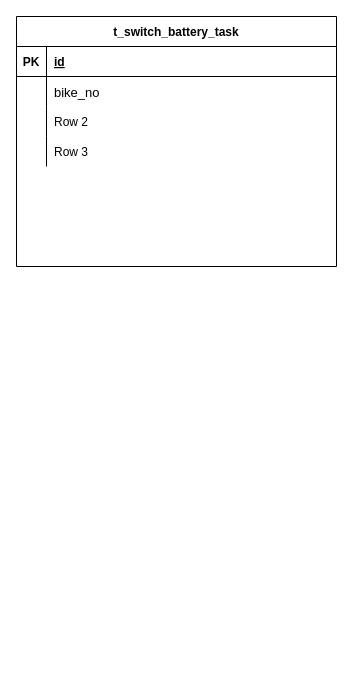
The draw.io diagram Untitled Diagram.drawio in cccqqf/SpringLearning, before the edit. Source tidied: cells renumbered, new cells numbered last; positions are measured from the earlier drawing's top-left corner, leaving out a move shared by most shapes. Both pictures are drawn from the tidied source at 100%, with x=0, y=0 at pixel (16, 16).
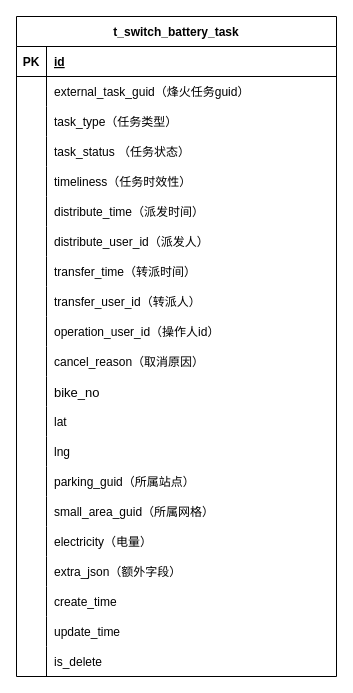
The same diagram, later.

Unchanged cells that the change refers to:
```xml
<mxCell id="9" style="shape=partialRectangle;fillColor=none;top=0;left=0;bottom=0;right=0;" parent="2" vertex="1">
  <mxGeometry y="90" width="320" height="30" as="geometry" />
</mxCell>
<mxCell id="12" style="shape=partialRectangle;fillColor=none;top=0;left=0;bottom=0;right=0;" parent="2" vertex="1">
  <mxGeometry y="120" width="320" height="30" as="geometry" />
</mxCell>
```

Diff of the diagram source:
```diff
@@
     <mxCell id="2" value="t_switch_battery_task" style="shape=table;startSize=30;childLayout=tableLayout;rowLines=0;fontStyle=1;align=center;" parent="1" vertex="1">
-      <mxGeometry width="320" height="250" as="geometry" />
+      <mxGeometry width="320" height="660" as="geometry" />
     </mxCell>
@@
-    <mxCell id="6" style="shape=partialRectangle;fillColor=none;top=0;left=0;bottom=0;right=0;" parent="2" vertex="1">
-      <mxGeometry y="60" width="320" height="30" as="geometry" />
-    </mxCell>
-    <mxCell id="7" style="shape=partialRectangle;fillColor=none;top=0;left=0;bottom=0;right=0;overflow=hidden;" parent="6" vertex="1">
-      <mxGeometry width="30" height="30" as="geometry" />
-    </mxCell>
-    <mxCell id="8" value="bike_no" style="shape=partialRectangle;fillColor=none;top=0;left=0;bottom=0;right=0;align=left;spacingLeft=6;overflow=hidden;fontSize=13;" parent="6" vertex="1">
-      <mxGeometry x="30" width="290" height="30" as="geometry" />
-    </mxCell>
+    <mxCell id="15" style="shape=partialRectangle;fillColor=none;top=0;left=0;bottom=0;right=0;fontSize=13;" parent="2" vertex="1">
+      <mxGeometry y="60" width="320" height="30" as="geometry" />
+    </mxCell>
+    <mxCell id="16" style="shape=partialRectangle;fillColor=none;top=0;left=0;bottom=0;right=0;overflow=hidden;" parent="15" vertex="1">
+      <mxGeometry width="30" height="30" as="geometry" />
+    </mxCell>
+    <mxCell id="17" value="external_task_guid（烽火任务guid）" style="shape=partialRectangle;fillColor=none;top=0;left=0;bottom=0;right=0;align=left;spacingLeft=6;overflow=hidden;" parent="15" vertex="1">
+      <mxGeometry x="30" width="290" height="30" as="geometry" />
+    </mxCell>
@@
-    <mxCell id="11" value="Row 2" style="shape=partialRectangle;fillColor=none;top=0;left=0;bottom=0;right=0;align=left;spacingLeft=6;overflow=hidden;" parent="9" vertex="1">
+    <mxCell id="11" value="task_type（任务类型）" style="shape=partialRectangle;fillColor=none;top=0;left=0;bottom=0;right=0;align=left;spacingLeft=6;overflow=hidden;" parent="9" vertex="1">
       <mxGeometry x="30" width="290" height="30" as="geometry" />
     </mxCell>
@@
-    <mxCell id="14" value="Row 3" style="shape=partialRectangle;fillColor=none;top=0;left=0;bottom=0;right=0;align=left;spacingLeft=6;overflow=hidden;" parent="12" vertex="1">
+    <mxCell id="14" value="task_status （任务状态）" style="shape=partialRectangle;fillColor=none;top=0;left=0;bottom=0;right=0;align=left;spacingLeft=6;overflow=hidden;" parent="12" vertex="1">
       <mxGeometry x="30" width="290" height="30" as="geometry" />
     </mxCell>
+    <mxCell id="18" style="shape=partialRectangle;fillColor=none;top=0;left=0;bottom=0;right=0;fontSize=13;" parent="2" vertex="1">
+      <mxGeometry y="150" width="320" height="30" as="geometry" />
+    </mxCell>
+    <mxCell id="19" style="shape=partialRectangle;fillColor=none;top=0;left=0;bottom=0;right=0;overflow=hidden;" parent="18" vertex="1">
+      <mxGeometry width="30" height="30" as="geometry" />
+    </mxCell>
+    <mxCell id="20" value="timeliness（任务时效性）" style="shape=partialRectangle;fillColor=none;top=0;left=0;bottom=0;right=0;align=left;spacingLeft=6;overflow=hidden;" parent="18" vertex="1">
+      <mxGeometry x="30" width="290" height="30" as="geometry" />
+    </mxCell>
+    <mxCell id="21" style="shape=partialRectangle;fillColor=none;top=0;left=0;bottom=0;right=0;fontSize=13;" parent="2" vertex="1">
+      <mxGeometry y="180" width="320" height="30" as="geometry" />
+    </mxCell>
+    <mxCell id="22" style="shape=partialRectangle;fillColor=none;top=0;left=0;bottom=0;right=0;overflow=hidden;" parent="21" vertex="1">
+      <mxGeometry width="30" height="30" as="geometry" />
+    </mxCell>
+    <mxCell id="23" value="distribute_time（派发时间）" style="shape=partialRectangle;fillColor=none;top=0;left=0;bottom=0;right=0;align=left;spacingLeft=6;overflow=hidden;" parent="21" vertex="1">
+      <mxGeometry x="30" width="290" height="30" as="geometry" />
+    </mxCell>
+    <mxCell id="24" style="shape=partialRectangle;fillColor=none;top=0;left=0;bottom=0;right=0;fontSize=13;" parent="2" vertex="1">
+      <mxGeometry y="210" width="320" height="30" as="geometry" />
+    </mxCell>
+    <mxCell id="25" style="shape=partialRectangle;fillColor=none;top=0;left=0;bottom=0;right=0;overflow=hidden;" parent="24" vertex="1">
+      <mxGeometry width="30" height="30" as="geometry" />
+    </mxCell>
+    <mxCell id="26" value="distribute_user_id（派发人）" style="shape=partialRectangle;fillColor=none;top=0;left=0;bottom=0;right=0;align=left;spacingLeft=6;overflow=hidden;" parent="24" vertex="1">
+      <mxGeometry x="30" width="290" height="30" as="geometry" />
+    </mxCell>
+    <mxCell id="27" style="shape=partialRectangle;fillColor=none;top=0;left=0;bottom=0;right=0;fontSize=13;" parent="2" vertex="1">
+      <mxGeometry y="240" width="320" height="30" as="geometry" />
+    </mxCell>
+    <mxCell id="28" style="shape=partialRectangle;fillColor=none;top=0;left=0;bottom=0;right=0;overflow=hidden;" parent="27" vertex="1">
+      <mxGeometry width="30" height="30" as="geometry" />
+    </mxCell>
+    <mxCell id="29" value="transfer_time（转派时间）" style="shape=partialRectangle;fillColor=none;top=0;left=0;bottom=0;right=0;align=left;spacingLeft=6;overflow=hidden;" parent="27" vertex="1">
+      <mxGeometry x="30" width="290" height="30" as="geometry" />
+    </mxCell>
+    <mxCell id="30" style="shape=partialRectangle;fillColor=none;top=0;left=0;bottom=0;right=0;fontSize=13;" parent="2" vertex="1">
+      <mxGeometry y="270" width="320" height="30" as="geometry" />
+    </mxCell>
+    <mxCell id="31" style="shape=partialRectangle;fillColor=none;top=0;left=0;bottom=0;right=0;overflow=hidden;" parent="30" vertex="1">
+      <mxGeometry width="30" height="30" as="geometry" />
+    </mxCell>
+    <mxCell id="32" value="transfer_user_id（转派人）" style="shape=partialRectangle;fillColor=none;top=0;left=0;bottom=0;right=0;align=left;spacingLeft=6;overflow=hidden;" parent="30" vertex="1">
+      <mxGeometry x="30" width="290" height="30" as="geometry" />
+    </mxCell>
+    <mxCell id="33" style="shape=partialRectangle;fillColor=none;top=0;left=0;bottom=0;right=0;fontSize=13;" parent="2" vertex="1">
+      <mxGeometry y="300" width="320" height="30" as="geometry" />
+    </mxCell>
+    <mxCell id="34" style="shape=partialRectangle;fillColor=none;top=0;left=0;bottom=0;right=0;overflow=hidden;" parent="33" vertex="1">
+      <mxGeometry width="30" height="30" as="geometry" />
+    </mxCell>
+    <mxCell id="35" value="operation_user_id（操作人id）" style="shape=partialRectangle;fillColor=none;top=0;left=0;bottom=0;right=0;align=left;spacingLeft=6;overflow=hidden;" parent="33" vertex="1">
+      <mxGeometry x="30" width="290" height="30" as="geometry" />
+    </mxCell>
+    <mxCell id="36" style="shape=partialRectangle;fillColor=none;top=0;left=0;bottom=0;right=0;fontSize=13;" parent="2" vertex="1">
+      <mxGeometry y="330" width="320" height="30" as="geometry" />
+    </mxCell>
+    <mxCell id="37" style="shape=partialRectangle;fillColor=none;top=0;left=0;bottom=0;right=0;overflow=hidden;" parent="36" vertex="1">
+      <mxGeometry width="30" height="30" as="geometry" />
+    </mxCell>
+    <mxCell id="38" value="cancel_reason（取消原因）" style="shape=partialRectangle;fillColor=none;top=0;left=0;bottom=0;right=0;align=left;spacingLeft=6;overflow=hidden;" parent="36" vertex="1">
+      <mxGeometry x="30" width="290" height="30" as="geometry" />
+    </mxCell>
+    <mxCell id="6" style="shape=partialRectangle;fillColor=none;top=0;left=0;bottom=0;right=0;" parent="2" vertex="1">
+      <mxGeometry y="360" width="320" height="30" as="geometry" />
+    </mxCell>
+    <mxCell id="7" style="shape=partialRectangle;fillColor=none;top=0;left=0;bottom=0;right=0;overflow=hidden;" parent="6" vertex="1">
+      <mxGeometry width="30" height="30" as="geometry" />
+    </mxCell>
+    <mxCell id="8" value="bike_no" style="shape=partialRectangle;fillColor=none;top=0;left=0;bottom=0;right=0;align=left;spacingLeft=6;overflow=hidden;fontSize=13;" parent="6" vertex="1">
+      <mxGeometry x="30" width="290" height="30" as="geometry" />
+    </mxCell>
+    <mxCell id="39" style="shape=partialRectangle;fillColor=none;top=0;left=0;bottom=0;right=0;fontSize=13;" parent="2" vertex="1">
+      <mxGeometry y="390" width="320" height="30" as="geometry" />
+    </mxCell>
+    <mxCell id="40" style="shape=partialRectangle;fillColor=none;top=0;left=0;bottom=0;right=0;overflow=hidden;" parent="39" vertex="1">
+      <mxGeometry width="30" height="30" as="geometry" />
+    </mxCell>
+    <mxCell id="41" value="lat" style="shape=partialRectangle;fillColor=none;top=0;left=0;bottom=0;right=0;align=left;spacingLeft=6;overflow=hidden;" parent="39" vertex="1">
+      <mxGeometry x="30" width="290" height="30" as="geometry" />
+    </mxCell>
+    <mxCell id="42" style="shape=partialRectangle;fillColor=none;top=0;left=0;bottom=0;right=0;fontSize=13;" parent="2" vertex="1">
+      <mxGeometry y="420" width="320" height="30" as="geometry" />
+    </mxCell>
+    <mxCell id="43" style="shape=partialRectangle;fillColor=none;top=0;left=0;bottom=0;right=0;overflow=hidden;" parent="42" vertex="1">
+      <mxGeometry width="30" height="30" as="geometry" />
+    </mxCell>
+    <mxCell id="44" value="lng" style="shape=partialRectangle;fillColor=none;top=0;left=0;bottom=0;right=0;align=left;spacingLeft=6;overflow=hidden;" parent="42" vertex="1">
+      <mxGeometry x="30" width="290" height="30" as="geometry" />
+    </mxCell>
+    <mxCell id="45" style="shape=partialRectangle;fillColor=none;top=0;left=0;bottom=0;right=0;fontSize=13;" parent="2" vertex="1">
+      <mxGeometry y="450" width="320" height="30" as="geometry" />
+    </mxCell>
+    <mxCell id="46" style="shape=partialRectangle;fillColor=none;top=0;left=0;bottom=0;right=0;overflow=hidden;" parent="45" vertex="1">
+      <mxGeometry width="30" height="30" as="geometry" />
+    </mxCell>
+    <mxCell id="47" value="parking_guid（所属站点）" style="shape=partialRectangle;fillColor=none;top=0;left=0;bottom=0;right=0;align=left;spacingLeft=6;overflow=hidden;" parent="45" vertex="1">
+      <mxGeometry x="30" width="290" height="30" as="geometry" />
+    </mxCell>
+    <mxCell id="48" style="shape=partialRectangle;fillColor=none;top=0;left=0;bottom=0;right=0;fontSize=13;" parent="2" vertex="1">
+      <mxGeometry y="480" width="320" height="30" as="geometry" />
+    </mxCell>
+    <mxCell id="49" style="shape=partialRectangle;fillColor=none;top=0;left=0;bottom=0;right=0;overflow=hidden;" parent="48" vertex="1">
+      <mxGeometry width="30" height="30" as="geometry" />
+    </mxCell>
+    <mxCell id="50" value="small_area_guid（所属网格）" style="shape=partialRectangle;fillColor=none;top=0;left=0;bottom=0;right=0;align=left;spacingLeft=6;overflow=hidden;" parent="48" vertex="1">
+      <mxGeometry x="30" width="290" height="30" as="geometry" />
+    </mxCell>
+    <mxCell id="51" style="shape=partialRectangle;fillColor=none;top=0;left=0;bottom=0;right=0;fontSize=13;" parent="2" vertex="1">
+      <mxGeometry y="510" width="320" height="30" as="geometry" />
+    </mxCell>
+    <mxCell id="52" style="shape=partialRectangle;fillColor=none;top=0;left=0;bottom=0;right=0;overflow=hidden;" parent="51" vertex="1">
+      <mxGeometry width="30" height="30" as="geometry" />
+    </mxCell>
+    <mxCell id="53" value="electricity（电量）" style="shape=partialRectangle;fillColor=none;top=0;left=0;bottom=0;right=0;align=left;spacingLeft=6;overflow=hidden;" parent="51" vertex="1">
+      <mxGeometry x="30" width="290" height="30" as="geometry" />
+    </mxCell>
+    <mxCell id="54" style="shape=partialRectangle;fillColor=none;top=0;left=0;bottom=0;right=0;fontSize=13;" parent="2" vertex="1">
+      <mxGeometry y="540" width="320" height="30" as="geometry" />
+    </mxCell>
+    <mxCell id="55" style="shape=partialRectangle;fillColor=none;top=0;left=0;bottom=0;right=0;overflow=hidden;" parent="54" vertex="1">
+      <mxGeometry width="30" height="30" as="geometry" />
+    </mxCell>
+    <mxCell id="56" value="extra_json（额外字段）" style="shape=partialRectangle;fillColor=none;top=0;left=0;bottom=0;right=0;align=left;spacingLeft=6;overflow=hidden;" parent="54" vertex="1">
+      <mxGeometry x="30" width="290" height="30" as="geometry" />
+    </mxCell>
+    <mxCell id="57" style="shape=partialRectangle;fillColor=none;top=0;left=0;bottom=0;right=0;fontSize=13;" parent="2" vertex="1">
+      <mxGeometry y="570" width="320" height="30" as="geometry" />
+    </mxCell>
+    <mxCell id="58" style="shape=partialRectangle;fillColor=none;top=0;left=0;bottom=0;right=0;overflow=hidden;" parent="57" vertex="1">
+      <mxGeometry width="30" height="30" as="geometry" />
+    </mxCell>
+    <mxCell id="59" value="create_time" style="shape=partialRectangle;fillColor=none;top=0;left=0;bottom=0;right=0;align=left;spacingLeft=6;overflow=hidden;" parent="57" vertex="1">
+      <mxGeometry x="30" width="290" height="30" as="geometry" />
+    </mxCell>
+    <mxCell id="60" style="shape=partialRectangle;fillColor=none;top=0;left=0;bottom=0;right=0;fontSize=13;" parent="2" vertex="1">
+      <mxGeometry y="600" width="320" height="30" as="geometry" />
+    </mxCell>
+    <mxCell id="61" style="shape=partialRectangle;fillColor=none;top=0;left=0;bottom=0;right=0;overflow=hidden;" parent="60" vertex="1">
+      <mxGeometry width="30" height="30" as="geometry" />
+    </mxCell>
+    <mxCell id="62" value="update_time" style="shape=partialRectangle;fillColor=none;top=0;left=0;bottom=0;right=0;align=left;spacingLeft=6;overflow=hidden;" parent="60" vertex="1">
+      <mxGeometry x="30" width="290" height="30" as="geometry" />
+    </mxCell>
+    <mxCell id="63" style="shape=partialRectangle;fillColor=none;top=0;left=0;bottom=0;right=0;fontSize=13;" parent="2" vertex="1">
+      <mxGeometry y="630" width="320" height="30" as="geometry" />
+    </mxCell>
+    <mxCell id="64" style="shape=partialRectangle;fillColor=none;top=0;left=0;bottom=0;right=0;overflow=hidden;" parent="63" vertex="1">
+      <mxGeometry width="30" height="30" as="geometry" />
+    </mxCell>
+    <mxCell id="65" value="is_delete" style="shape=partialRectangle;fillColor=none;top=0;left=0;bottom=0;right=0;align=left;spacingLeft=6;overflow=hidden;" parent="63" vertex="1">
+      <mxGeometry x="30" width="290" height="30" as="geometry" />
+    </mxCell>
```
